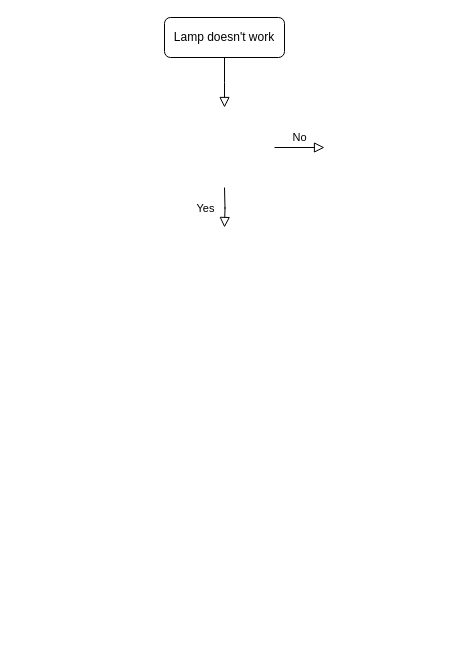
This is Untitled Diagram.drawio from FierceKO/Draw.io, a draw.io file, before an edit. Source tidied: cells renumbered, new cells numbered last; positions are measured from the earlier drawing's top-left corner, leaving out a move shared by most shapes. Both pictures are drawn from the tidied source at 100%, with x=0, y=0 at pixel (164, 17).
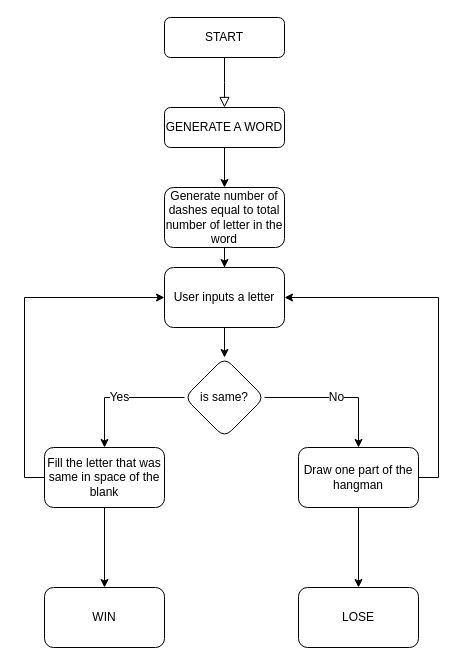
The same diagram, later.

The edit, as a diff of the source:
```diff
@@
-    <mxCell id="3" value="Lamp doesn't work" style="rounded=1;whiteSpace=wrap;html=1;fontSize=12;glass=0;strokeWidth=1;shadow=0;" parent="1" vertex="1">
+    <mxCell id="3" value="START" style="rounded=1;whiteSpace=wrap;html=1;fontSize=12;glass=0;strokeWidth=1;shadow=0;" parent="1" vertex="1">
       <mxGeometry width="120" height="40" as="geometry" />
     </mxCell>
+    <mxCell id="6" value="No" style="rounded=0;html=1;jettySize=auto;orthogonalLoop=1;fontSize=11;endArrow=block;endFill=0;endSize=8;strokeWidth=1;shadow=0;labelBackgroundColor=none;edgeStyle=orthogonalEdgeStyle;" parent="1" edge="1">
+      <mxGeometry x="0.33" y="20" relative="1" as="geometry">
+        <mxPoint x="60" y="350" as="targetPoint" />
+      </mxGeometry>
+    </mxCell>
+    <mxCell id="7" value="Yes" style="edgeStyle=orthogonalEdgeStyle;rounded=0;html=1;jettySize=auto;orthogonalLoop=1;fontSize=11;endArrow=block;endFill=0;endSize=8;strokeWidth=1;shadow=0;labelBackgroundColor=none;" parent="1" edge="1">
+      <mxGeometry y="10" relative="1" as="geometry">
+        <mxPoint x="160" y="250" as="targetPoint" />
+      </mxGeometry>
+    </mxCell>
+    <mxCell id="8" style="edgeStyle=orthogonalEdgeStyle;rounded=0;jettySize=auto;html=1;exitX=0.5;exitY=1;exitDx=0;exitDy=0;entryX=0.5;entryY=0;entryDx=0;entryDy=0;fontFamily=Helvetica;fontSize=12;fontColor=default;" parent="1" edge="1" source="9" target="11">
+      <mxGeometry relative="1" as="geometry" />
+    </mxCell>
+    <mxCell id="9" value="GENERATE A WORD" style="rounded=1;whiteSpace=wrap;html=1;fontSize=12;glass=0;strokeWidth=1;shadow=0;" parent="1" vertex="1">
+      <mxGeometry y="90" width="120" height="40" as="geometry" />
+    </mxCell>
+    <mxCell id="10" style="edgeStyle=orthogonalEdgeStyle;rounded=0;jettySize=auto;html=1;fontFamily=Helvetica;fontSize=12;fontColor=default;" parent="1" edge="1" source="11" target="13">
+      <mxGeometry relative="1" as="geometry" />
+    </mxCell>
+    <mxCell id="11" value="Generate number of dashes equal to total number of letter in the word" style="rounded=1;whiteSpace=wrap;html=1;fontSize=12;glass=0;strokeWidth=1;shadow=0;" parent="1" vertex="1">
+      <mxGeometry y="170" width="120" height="60" as="geometry" />
+    </mxCell>
+    <mxCell id="12" style="edgeStyle=orthogonalEdgeStyle;rounded=0;jettySize=auto;html=1;fontFamily=Helvetica;fontSize=12;fontColor=default;" parent="1" edge="1" source="13" target="14">
+      <mxGeometry relative="1" as="geometry" />
+    </mxCell>
+    <mxCell id="13" value="User inputs a letter" style="rounded=1;whiteSpace=wrap;html=1;fontSize=12;glass=0;strokeWidth=1;shadow=0;" parent="1" vertex="1">
+      <mxGeometry y="250" width="120" height="60" as="geometry" />
+    </mxCell>
-    <mxCell id="4" value="Yes" style="rounded=0;html=1;jettySize=auto;orthogonalLoop=1;fontSize=11;endArrow=block;endFill=0;endSize=8;strokeWidth=1;shadow=0;labelBackgroundColor=none;edgeStyle=orthogonalEdgeStyle;" parent="1" edge="1">
-      <mxGeometry y="20" relative="1" as="geometry">
-        <mxPoint x="60" y="170" as="sourcePoint" />
-        <mxPoint x="60" y="210" as="targetPoint" />
-      </mxGeometry>
+    <mxCell id="4" value="Yes" style="edgeStyle=orthogonalEdgeStyle;rounded=0;jettySize=auto;html=1;fontFamily=Helvetica;fontSize=12;fontColor=default;" parent="1" edge="1" source="14" target="17">
+      <mxGeometry relative="1" as="geometry" />
     </mxCell>
-    <mxCell id="5" value="No" style="edgeStyle=orthogonalEdgeStyle;rounded=0;html=1;jettySize=auto;orthogonalLoop=1;fontSize=11;endArrow=block;endFill=0;endSize=8;strokeWidth=1;shadow=0;labelBackgroundColor=none;" parent="1" edge="1">
-      <mxGeometry y="10" relative="1" as="geometry">
-        <mxPoint x="110" y="130" as="sourcePoint" />
-        <mxPoint x="160" y="130" as="targetPoint" />
-      </mxGeometry>
+    <mxCell id="5" value="No" style="edgeStyle=orthogonalEdgeStyle;rounded=0;jettySize=auto;html=1;fontFamily=Helvetica;fontSize=12;fontColor=default;" parent="1" edge="1" source="14" target="20">
+      <mxGeometry relative="1" as="geometry" />
     </mxCell>
-    <mxCell id="6" value="No" style="rounded=0;html=1;jettySize=auto;orthogonalLoop=1;fontSize=11;endArrow=block;endFill=0;endSize=8;strokeWidth=1;shadow=0;labelBackgroundColor=none;edgeStyle=orthogonalEdgeStyle;" parent="1" edge="1">
-      <mxGeometry x="0.33" y="20" relative="1" as="geometry">
-        <mxPoint x="60" y="350" as="targetPoint" />
-      </mxGeometry>
-    </mxCell>
-    <mxCell id="7" value="Yes" style="edgeStyle=orthogonalEdgeStyle;rounded=0;html=1;jettySize=auto;orthogonalLoop=1;fontSize=11;endArrow=block;endFill=0;endSize=8;strokeWidth=1;shadow=0;labelBackgroundColor=none;" parent="1" edge="1">
-      <mxGeometry y="10" relative="1" as="geometry">
-        <mxPoint x="160" y="250" as="targetPoint" />
-      </mxGeometry>
-    </mxCell>
+    <mxCell id="14" value="is same?" style="rhombus;whiteSpace=wrap;html=1;rounded=1;glass=0;strokeWidth=1;shadow=0;" parent="1" vertex="1">
+      <mxGeometry x="20" y="340" width="80" height="80" as="geometry" />
+    </mxCell>
+    <mxCell id="15" style="edgeStyle=orthogonalEdgeStyle;rounded=0;jettySize=auto;html=1;fontFamily=Helvetica;fontSize=12;fontColor=default;" parent="1" edge="1" source="17" target="21">
+      <mxGeometry relative="1" as="geometry" />
+    </mxCell>
+    <mxCell id="16" style="edgeStyle=orthogonalEdgeStyle;rounded=0;jettySize=auto;html=1;exitX=0;exitY=0.5;exitDx=0;exitDy=0;entryX=0;entryY=0.5;entryDx=0;entryDy=0;fontFamily=Helvetica;fontSize=12;fontColor=default;" parent="1" edge="1" source="17" target="13">
+      <mxGeometry relative="1" as="geometry" />
+    </mxCell>
+    <mxCell id="17" value="Fill the letter that was same in space of the blank" style="whiteSpace=wrap;html=1;rounded=1;glass=0;strokeWidth=1;shadow=0;" parent="1" vertex="1">
+      <mxGeometry x="-120" y="430" width="120" height="60" as="geometry" />
+    </mxCell>
+    <mxCell id="18" style="edgeStyle=orthogonalEdgeStyle;rounded=0;jettySize=auto;html=1;fontFamily=Helvetica;fontSize=12;fontColor=default;" parent="1" edge="1" source="20" target="22">
+      <mxGeometry relative="1" as="geometry" />
+    </mxCell>
+    <mxCell id="19" style="edgeStyle=orthogonalEdgeStyle;rounded=0;jettySize=auto;html=1;exitX=1;exitY=0.5;exitDx=0;exitDy=0;entryX=1;entryY=0.5;entryDx=0;entryDy=0;fontFamily=Helvetica;fontSize=12;fontColor=default;" parent="1" edge="1" source="20" target="13">
+      <mxGeometry relative="1" as="geometry" />
+    </mxCell>
+    <mxCell id="20" value="Draw one part of the hangman" style="whiteSpace=wrap;html=1;rounded=1;glass=0;strokeWidth=1;shadow=0;" parent="1" vertex="1">
+      <mxGeometry x="134" y="430" width="120" height="60" as="geometry" />
+    </mxCell>
+    <mxCell id="21" value="WIN" style="whiteSpace=wrap;html=1;rounded=1;glass=0;strokeWidth=1;shadow=0;" parent="1" vertex="1">
+      <mxGeometry x="-120" y="570" width="120" height="60" as="geometry" />
+    </mxCell>
+    <mxCell id="22" value="LOSE" style="whiteSpace=wrap;html=1;rounded=1;glass=0;strokeWidth=1;shadow=0;" parent="1" vertex="1">
+      <mxGeometry x="134" y="570" width="120" height="60" as="geometry" />
+    </mxCell>
```
